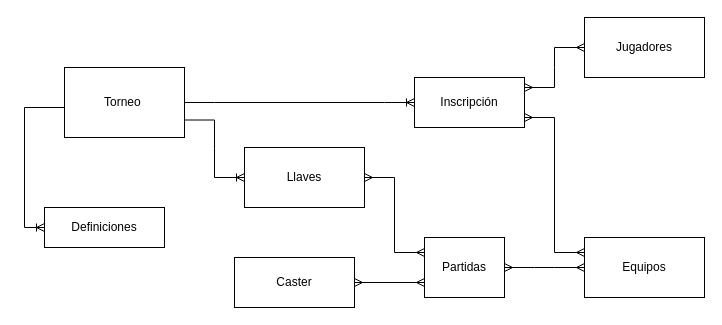
This is Untitled Diagram.drawio from NicolassFelipe/LigaTargon, a draw.io file, before an edit. Source tidied: cells renumbered, new cells numbered last; positions are measured from the earlier drawing's top-left corner, leaving out a move shared by most shapes. Both pictures are drawn from the tidied source at 100%, with x=0, y=0 at pixel (24, 17).
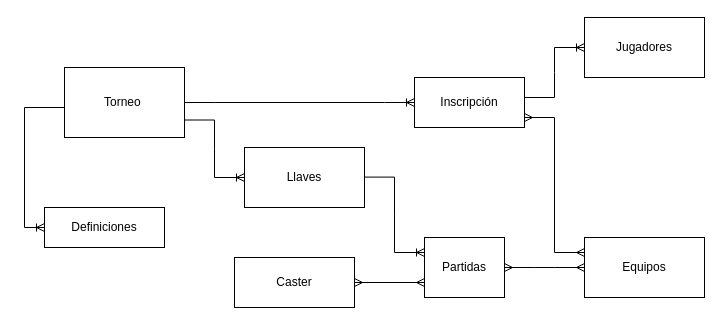
Above is the later version.

Commit message:
Update Untitled Diagram 2 .drawio

Unchanged cells that the change refers to:
```xml
<mxCell id="2" value="Inscripción" style="rounded=0;whiteSpace=wrap;html=1;" parent="1" vertex="1">
  <mxGeometry x="390" y="60" width="110" height="50" as="geometry" />
</mxCell>
<mxCell id="4" value="Partidas" style="rounded=0;whiteSpace=wrap;html=1;" parent="1" vertex="1">
  <mxGeometry x="400" y="220" width="80" height="60" as="geometry" />
</mxCell>
<mxCell id="7" value="Torneo&lt;span style=&quot;white-space: pre&quot;&gt; &lt;/span&gt;" style="rounded=0;whiteSpace=wrap;html=1;" parent="1" vertex="1">
  <mxGeometry x="40" y="50" width="120" height="70" as="geometry" />
</mxCell>
<mxCell id="8" value="Jugadores" style="rounded=0;whiteSpace=wrap;html=1;" parent="1" vertex="1">
  <mxGeometry x="560" width="120" height="60" as="geometry" />
</mxCell>
```

The edit, as a diff of the source:
```diff
@@
-    <mxCell id="11" style="edgeStyle=entityRelationEdgeStyle;fontSize=12;html=1;endArrow=ERmany;startArrow=ERmany;rounded=0;entryX=0;entryY=0.25;entryDx=0;entryDy=0;" parent="1" edge="1" target="4">
-      <mxGeometry relative="1" as="geometry">
-        <mxPoint x="340" y="160" as="sourcePoint" />
-      </mxGeometry>
-    </mxCell>
@@
-    <mxCell id="14" style="edgeStyle=entityRelationEdgeStyle;fontSize=12;html=1;endArrow=ERoneToMany;rounded=0;entryX=0;entryY=0.5;entryDx=0;entryDy=0;exitX=1;exitY=0.5;exitDx=0;exitDy=0;" parent="1" edge="1" source="7" target="2">
+    <mxCell id="14" style="edgeStyle=entityRelationEdgeStyle;fontSize=12;html=1;endArrow=ERoneToMany;rounded=0;entryX=0;entryY=0.5;entryDx=0;entryDy=0;exitX=1;exitY=0.5;exitDx=0;exitDy=0;fontStyle=1;" parent="1" edge="1" source="7" target="2">
       <mxGeometry relative="1" as="geometry" />
     </mxCell>
@@
-    <mxCell id="16" style="edgeStyle=entityRelationEdgeStyle;fontSize=12;html=1;endArrow=ERmany;startArrow=ERmany;rounded=0;entryX=0;entryY=0.5;entryDx=0;entryDy=0;exitX=1;exitY=0.5;exitDx=0;exitDy=0;" parent="1" edge="1" target="8">
-      <mxGeometry relative="1" as="geometry">
-        <mxPoint x="500" y="70" as="sourcePoint" />
-      </mxGeometry>
-    </mxCell>
@@
+    <mxCell id="18" style="edgeStyle=entityRelationEdgeStyle;fontSize=12;html=1;endArrow=ERoneToMany;rounded=0;entryX=0;entryY=0.25;entryDx=0;entryDy=0;exitX=1;exitY=0.5;exitDx=0;exitDy=0;" parent="1" edge="1" target="4">
+      <mxGeometry relative="1" as="geometry">
+        <mxPoint x="340" y="159.6" as="sourcePoint" />
+      </mxGeometry>
+    </mxCell>
+    <mxCell id="19" style="edgeStyle=entityRelationEdgeStyle;fontSize=12;html=1;endArrow=ERoneToMany;rounded=0;entryX=0;entryY=0.5;entryDx=0;entryDy=0;exitX=1;exitY=0.5;exitDx=0;exitDy=0;" parent="1" edge="1" target="8">
+      <mxGeometry relative="1" as="geometry">
+        <mxPoint x="500" y="80" as="sourcePoint" />
+      </mxGeometry>
+    </mxCell>
```
